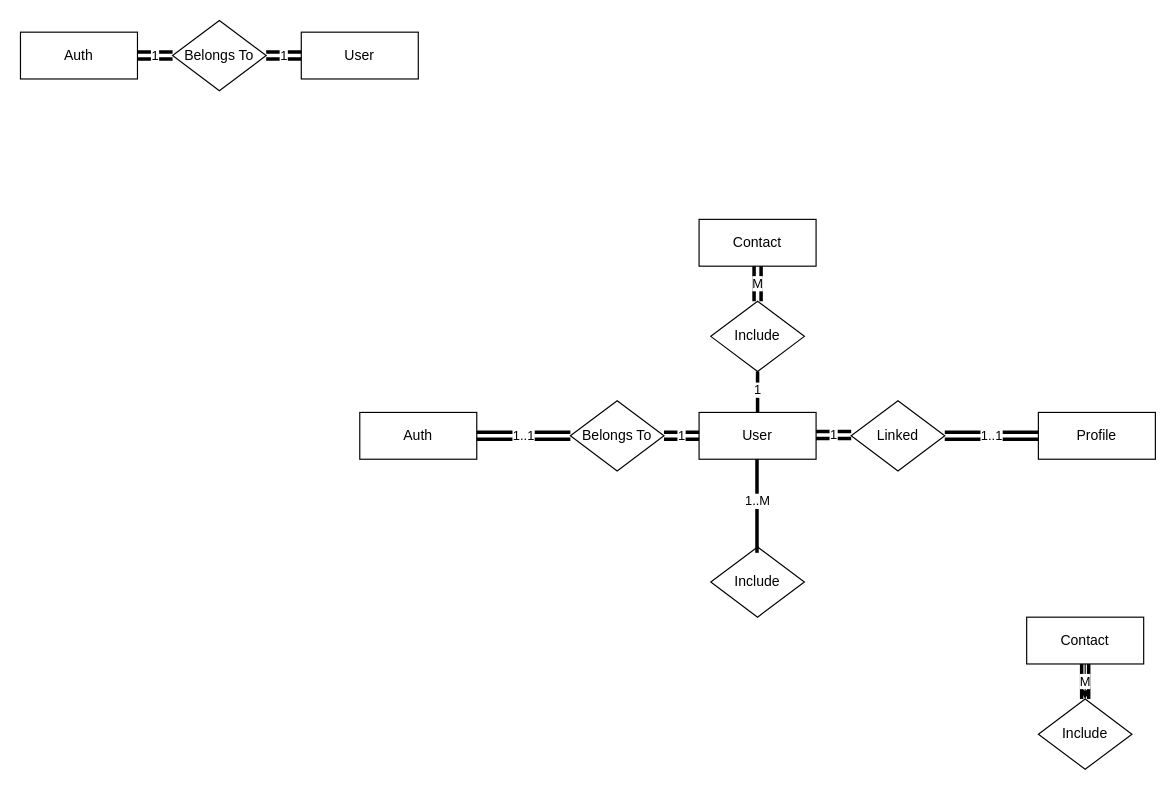
The draw.io diagram documentation/database/conceptual-design.drawio in jadogeri/Server-Template-NestJS-REST, before the edit. Source tidied: cells renumbered, new cells numbered last; positions are measured from the earlier drawing's top-left corner, leaving out a move shared by most shapes. Both pictures are drawn from the tidied source at 117%, with x=0, y=0 at pixel (20, 20).
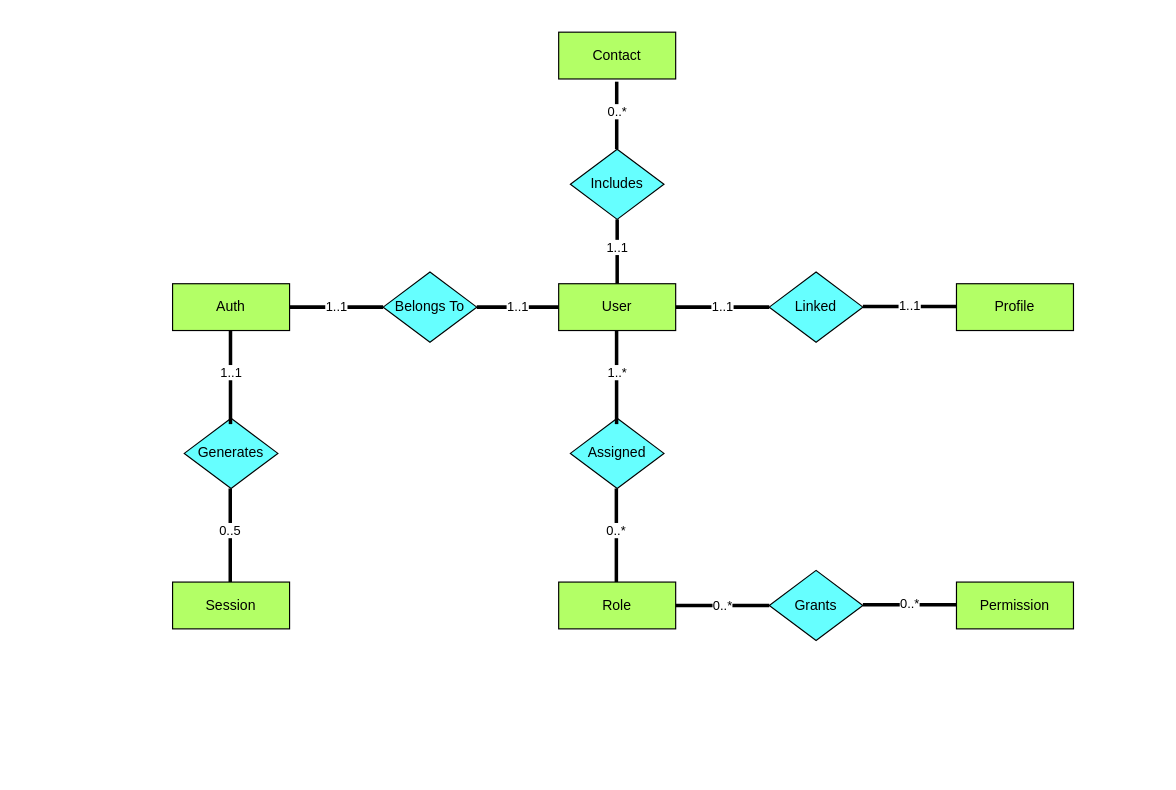
After the change.

Commit message:
Updated conceptual design

What changed in the source:
```diff
@@
-    <mxCell id="2" value="Auth" style="whiteSpace=wrap;html=1;align=center;" parent="1" vertex="1">
-      <mxGeometry y="10" width="100" height="40" as="geometry" />
-    </mxCell>
-    <mxCell id="3" value="User" style="whiteSpace=wrap;html=1;align=center;" parent="1" vertex="1">
-      <mxGeometry x="240" y="10" width="100" height="40" as="geometry" />
-    </mxCell>
-    <mxCell id="4" value="Belongs To" style="rhombus;whiteSpace=wrap;html=1;align=center;" parent="1" vertex="1">
-      <mxGeometry x="130" width="80" height="60" as="geometry" />
-    </mxCell>
-    <mxCell id="5" value="1" style="endArrow=none;html=1;rounded=0;entryX=0;entryY=0.5;entryDx=0;entryDy=0;exitX=1;exitY=0.5;exitDx=0;exitDy=0;strokeWidth=3;shape=link;" parent="1" edge="1" source="2" target="4">
-      <mxGeometry relative="1" as="geometry" />
-    </mxCell>
-    <mxCell id="6" value="1" style="endArrow=none;html=1;rounded=0;entryX=0;entryY=0.5;entryDx=0;entryDy=0;exitX=1;exitY=0.5;exitDx=0;exitDy=0;strokeWidth=3;shape=link;" parent="1" edge="1" source="4" target="3">
-      <mxGeometry relative="1" as="geometry" />
-    </mxCell>
-    <mxCell id="7" value="Auth" style="whiteSpace=wrap;html=1;align=center;" parent="1" vertex="1">
-      <mxGeometry x="290" y="335" width="100" height="40" as="geometry" />
+    <mxCell id="7" value="Auth" style="whiteSpace=wrap;html=1;align=center;fillColor=#B3FF66;" parent="1" vertex="1">
+      <mxGeometry x="130" y="225" width="100" height="40" as="geometry" />
     </mxCell>
-    <mxCell id="8" value="User" style="whiteSpace=wrap;html=1;align=center;" parent="1" vertex="1">
-      <mxGeometry x="580" y="335" width="100" height="40" as="geometry" />
+    <mxCell id="8" value="User" style="whiteSpace=wrap;html=1;align=center;fillColor=#B3FF66;" parent="1" vertex="1">
+      <mxGeometry x="460" y="225" width="100" height="40" as="geometry" />
     </mxCell>
-    <mxCell id="9" value="Belongs To" style="rhombus;whiteSpace=wrap;html=1;align=center;" parent="1" vertex="1">
-      <mxGeometry x="470" y="325" width="80" height="60" as="geometry" />
+    <mxCell id="9" value="Belongs To" style="rhombus;whiteSpace=wrap;html=1;align=center;fillColor=#66FFFF;" parent="1" vertex="1">
+      <mxGeometry x="310" y="215" width="80" height="60" as="geometry" />
     </mxCell>
-    <mxCell id="10" value="1" style="endArrow=none;html=1;rounded=0;entryX=0;entryY=0.5;entryDx=0;entryDy=0;exitX=1;exitY=0.5;exitDx=0;exitDy=0;strokeWidth=3;shape=link;" parent="1" edge="1" source="9" target="8">
+    <mxCell id="10" value="1..1" style="endArrow=none;html=1;rounded=0;entryX=0;entryY=0.5;entryDx=0;entryDy=0;exitX=1;exitY=0.5;exitDx=0;exitDy=0;strokeWidth=3;shape=wire;dashed=1;" parent="1" edge="1" source="9" target="8">
       <mxGeometry relative="1" as="geometry" />
     </mxCell>
-    <mxCell id="11" value="Profile" style="whiteSpace=wrap;html=1;align=center;" parent="1" vertex="1">
-      <mxGeometry x="870" y="335" width="100" height="40" as="geometry" />
+    <mxCell id="11" value="Profile" style="whiteSpace=wrap;html=1;align=center;fillColor=#B3FF66;" parent="1" vertex="1">
+      <mxGeometry x="800" y="225" width="100" height="40" as="geometry" />
     </mxCell>
-    <mxCell id="12" value="Linked" style="rhombus;whiteSpace=wrap;html=1;align=center;" parent="1" vertex="1">
-      <mxGeometry x="710" y="325" width="80" height="60" as="geometry" />
-    </mxCell>
-    <mxCell id="13" value="1" style="endArrow=none;html=1;rounded=0;entryX=0;entryY=0.5;entryDx=0;entryDy=0;exitX=1;exitY=0.5;exitDx=0;exitDy=0;strokeWidth=3;shape=link;" parent="1" edge="1">
-      <mxGeometry relative="1" as="geometry">
-        <mxPoint x="680" y="354.3" as="sourcePoint" />
-        <mxPoint x="710" y="354.3" as="targetPoint" />
-      </mxGeometry>
-    </mxCell>
-    <mxCell id="14" value="Contact" style="whiteSpace=wrap;html=1;align=center;direction=east;" parent="1" vertex="1">
-      <mxGeometry x="580" y="170" width="100" height="40" as="geometry" />
+    <mxCell id="14" value="Contact" style="whiteSpace=wrap;html=1;align=center;direction=east;fillColor=#B3FF66;" parent="1" vertex="1">
+      <mxGeometry x="460" y="10" width="100" height="40" as="geometry" />
     </mxCell>
-    <mxCell id="15" value="Include" style="rhombus;whiteSpace=wrap;html=1;align=center;direction=east;" parent="1" vertex="1">
-      <mxGeometry x="590" y="240" width="80" height="60" as="geometry" />
+    <mxCell id="15" value="Includes" style="rhombus;whiteSpace=wrap;html=1;align=center;direction=east;fillColor=#66FFFF;" parent="1" vertex="1">
+      <mxGeometry x="470" y="110" width="80" height="60" as="geometry" />
     </mxCell>
-    <mxCell id="16" value="M" style="endArrow=none;html=1;rounded=0;exitX=0.5;exitY=0;exitDx=0;exitDy=0;strokeWidth=3;shape=link;" parent="1" edge="1" source="15">
-      <mxGeometry relative="1" as="geometry">
-        <mxPoint x="630" y="210" as="targetPoint" />
-      </mxGeometry>
-    </mxCell>
-    <mxCell id="17" value="1" style="endArrow=none;html=1;rounded=0;entryX=0.5;entryY=0;entryDx=0;entryDy=0;strokeWidth=3;shape=wire;dashed=1;" parent="1" edge="1" target="8">
-      <mxGeometry x="-0.11" relative="1" as="geometry">
-        <mxPoint x="630" y="300" as="sourcePoint" />
-      </mxGeometry>
+    <mxCell id="17" value="1..1" style="endArrow=none;html=1;rounded=0;entryX=0.5;entryY=0;entryDx=0;entryDy=0;strokeWidth=3;shape=wire;dashed=1;exitX=0.5;exitY=1;exitDx=0;exitDy=0;" parent="1" edge="1" source="15" target="8">
+      <mxGeometry x="-0.11" relative="1" as="geometry" />
     </mxCell>
-    <mxCell id="18" style="edgeStyle=orthogonalEdgeStyle;rounded=0;jettySize=auto;html=1;" parent="1" edge="1" source="19" target="20">
-      <mxGeometry relative="1" as="geometry" />
-    </mxCell>
-    <mxCell id="19" value="Contact" style="whiteSpace=wrap;html=1;align=center;direction=east;" parent="1" vertex="1">
-      <mxGeometry x="860" y="510" width="100" height="40" as="geometry" />
-    </mxCell>
-    <mxCell id="20" value="Include" style="rhombus;whiteSpace=wrap;html=1;align=center;direction=east;" parent="1" vertex="1">
-      <mxGeometry x="870" y="580" width="80" height="60" as="geometry" />
-    </mxCell>
-    <mxCell id="21" value="M" style="endArrow=none;html=1;rounded=0;exitX=0.5;exitY=0;exitDx=0;exitDy=0;strokeWidth=3;shape=link;" parent="1" edge="1" source="20">
-      <mxGeometry relative="1" as="geometry">
-        <mxPoint x="910" y="550" as="targetPoint" />
-      </mxGeometry>
-    </mxCell>
-    <mxCell id="22" value="Include" style="rhombus;whiteSpace=wrap;html=1;align=center;direction=east;" parent="1" vertex="1">
-      <mxGeometry x="590" y="450" width="80" height="60" as="geometry" />
+    <mxCell id="22" value="Assigned" style="rhombus;whiteSpace=wrap;html=1;align=center;direction=east;fillColor=#66FFFF;" parent="1" vertex="1">
+      <mxGeometry x="470" y="340" width="80" height="60" as="geometry" />
     </mxCell>
-    <mxCell id="23" value="1..1" style="endArrow=none;html=1;rounded=0;strokeWidth=3;shape=link;" parent="1" edge="1">
+    <mxCell id="23" value="1..1" style="endArrow=none;html=1;rounded=0;strokeWidth=3;shape=wire;dashed=1;" parent="1" edge="1">
       <mxGeometry relative="1" as="geometry">
-        <mxPoint x="390" y="355" as="sourcePoint" />
-        <mxPoint x="470" y="355" as="targetPoint" />
+        <mxPoint x="230" y="245" as="sourcePoint" />
+        <mxPoint x="310" y="245" as="targetPoint" />
       </mxGeometry>
     </mxCell>
-    <mxCell id="24" value="1..1" style="endArrow=none;html=1;rounded=0;strokeWidth=3;shape=link;" parent="1" edge="1">
-      <mxGeometry relative="1" as="geometry">
-        <mxPoint x="790" y="355" as="sourcePoint" />
-        <mxPoint x="870" y="355" as="targetPoint" />
-      </mxGeometry>
-    </mxCell>
-    <mxCell id="25" value="1..M" style="endArrow=none;html=1;rounded=0;strokeWidth=3;shape=wire;dashed=1;" parent="1" edge="1">
+    <mxCell id="25" value="1..*" style="endArrow=none;html=1;rounded=0;strokeWidth=3;shape=wire;dashed=1;" parent="1" edge="1">
       <mxGeometry x="-0.11" relative="1" as="geometry">
-        <mxPoint x="629.5" y="375" as="sourcePoint" />
-        <mxPoint x="629.5" y="455" as="targetPoint" />
+        <mxPoint x="509.5" y="265" as="sourcePoint" />
+        <mxPoint x="509.5" y="345" as="targetPoint" />
       </mxGeometry>
     </mxCell>
+    <mxCell id="26" value="0..*" style="endArrow=none;html=1;rounded=0;entryX=0.5;entryY=0;entryDx=0;entryDy=0;strokeWidth=3;shape=wire;dashed=1;exitX=0.496;exitY=1.058;exitDx=0;exitDy=0;exitPerimeter=0;" parent="1" edge="1" source="14">
+      <mxGeometry x="-0.11" relative="1" as="geometry">
+        <mxPoint x="509.6" y="110" as="targetPoint" />
+      </mxGeometry>
+    </mxCell>
+    <mxCell id="27" value="0..*" style="endArrow=none;html=1;rounded=0;strokeWidth=3;shape=wire;dashed=1;" parent="1" edge="1">
+      <mxGeometry x="-0.11" relative="1" as="geometry">
+        <mxPoint x="509.3" y="400" as="sourcePoint" />
+        <mxPoint x="509.3" y="480" as="targetPoint" />
+      </mxGeometry>
+    </mxCell>
+    <mxCell id="28" value="Role" style="whiteSpace=wrap;html=1;align=center;direction=east;fillColor=#B3FF66;" parent="1" vertex="1">
+      <mxGeometry x="460" y="480" width="100" height="40" as="geometry" />
+    </mxCell>
+    <mxCell id="12" value="Linked" style="rhombus;whiteSpace=wrap;html=1;align=center;fillColor=#66FFFF;" parent="1" vertex="1">
+      <mxGeometry x="640" y="215" width="80" height="60" as="geometry" />
+    </mxCell>
+    <mxCell id="29" value="1..1" style="endArrow=none;html=1;rounded=0;strokeWidth=3;shape=wire;dashed=1;" parent="1" edge="1">
+      <mxGeometry relative="1" as="geometry">
+        <mxPoint x="560" y="245" as="sourcePoint" />
+        <mxPoint x="640" y="245" as="targetPoint" />
+      </mxGeometry>
+    </mxCell>
+    <mxCell id="30" value="1..1" style="endArrow=none;html=1;rounded=0;strokeWidth=3;shape=wire;dashed=1;" parent="1" edge="1">
+      <mxGeometry relative="1" as="geometry">
+        <mxPoint x="720" y="244.4" as="sourcePoint" />
+        <mxPoint x="800" y="244.4" as="targetPoint" />
+      </mxGeometry>
+    </mxCell>
+    <mxCell id="31" value="Generates" style="rhombus;whiteSpace=wrap;html=1;align=center;direction=east;fillColor=#66FFFF;" parent="1" vertex="1">
+      <mxGeometry x="140" y="340" width="80" height="60" as="geometry" />
+    </mxCell>
+    <mxCell id="32" value="0..5" style="endArrow=none;html=1;rounded=0;strokeWidth=3;shape=wire;dashed=1;" parent="1" edge="1">
+      <mxGeometry x="-0.11" relative="1" as="geometry">
+        <mxPoint x="179.3" y="400" as="sourcePoint" />
+        <mxPoint x="179.3" y="480" as="targetPoint" />
+      </mxGeometry>
+    </mxCell>
+    <mxCell id="33" value="Session" style="whiteSpace=wrap;html=1;align=center;direction=east;fillColor=#B3FF66;" parent="1" vertex="1">
+      <mxGeometry x="130" y="480" width="100" height="40" as="geometry" />
+    </mxCell>
+    <mxCell id="34" value="1..1" style="endArrow=none;html=1;rounded=0;strokeWidth=3;shape=wire;dashed=1;" parent="1" edge="1">
+      <mxGeometry x="-0.11" relative="1" as="geometry">
+        <mxPoint x="179.5" y="265" as="sourcePoint" />
+        <mxPoint x="179.5" y="345" as="targetPoint" />
+      </mxGeometry>
+    </mxCell>
+    <mxCell id="35" value="Permission" style="whiteSpace=wrap;html=1;align=center;fillColor=#B3FF66;" parent="1" vertex="1">
+      <mxGeometry x="800" y="480" width="100" height="40" as="geometry" />
+    </mxCell>
+    <mxCell id="36" value="Grants" style="rhombus;whiteSpace=wrap;html=1;align=center;fillColor=#66FFFF;" parent="1" vertex="1">
+      <mxGeometry x="640" y="470" width="80" height="60" as="geometry" />
+    </mxCell>
+    <mxCell id="37" value="0..*" style="endArrow=none;html=1;rounded=0;strokeWidth=3;shape=wire;dashed=1;" parent="1" edge="1">
+      <mxGeometry relative="1" as="geometry">
+        <mxPoint x="560" y="500" as="sourcePoint" />
+        <mxPoint x="640" y="500" as="targetPoint" />
+      </mxGeometry>
+    </mxCell>
+    <mxCell id="38" value="0..*" style="endArrow=none;html=1;rounded=0;strokeWidth=3;shape=wire;dashed=1;" parent="1" edge="1">
+      <mxGeometry relative="1" as="geometry">
+        <mxPoint x="720" y="499.4" as="sourcePoint" />
+        <mxPoint x="800" y="499.4" as="targetPoint" />
+      </mxGeometry>
+    </mxCell>
```
